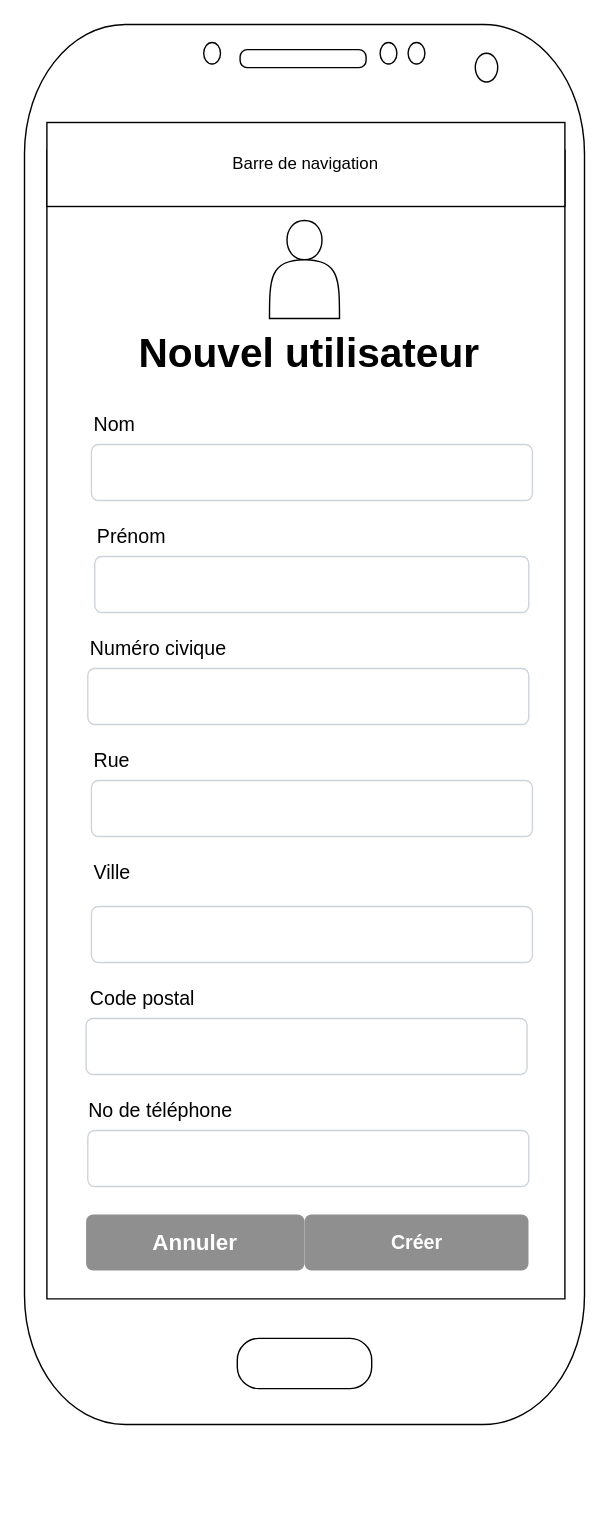
Earlier version of the draw.io diagram org/diagrammes/wireframes/creer-profil/mobile.drawio (Feelschevreuil/vlisside-Survivor). Source tidied: cells renumbered, new cells numbered last; positions are measured from the earlier drawing's top-left corner, leaving out a move shared by most shapes. Both pictures are drawn from the tidied source at 140%, with x=0, y=0 at pixel (24, 24).
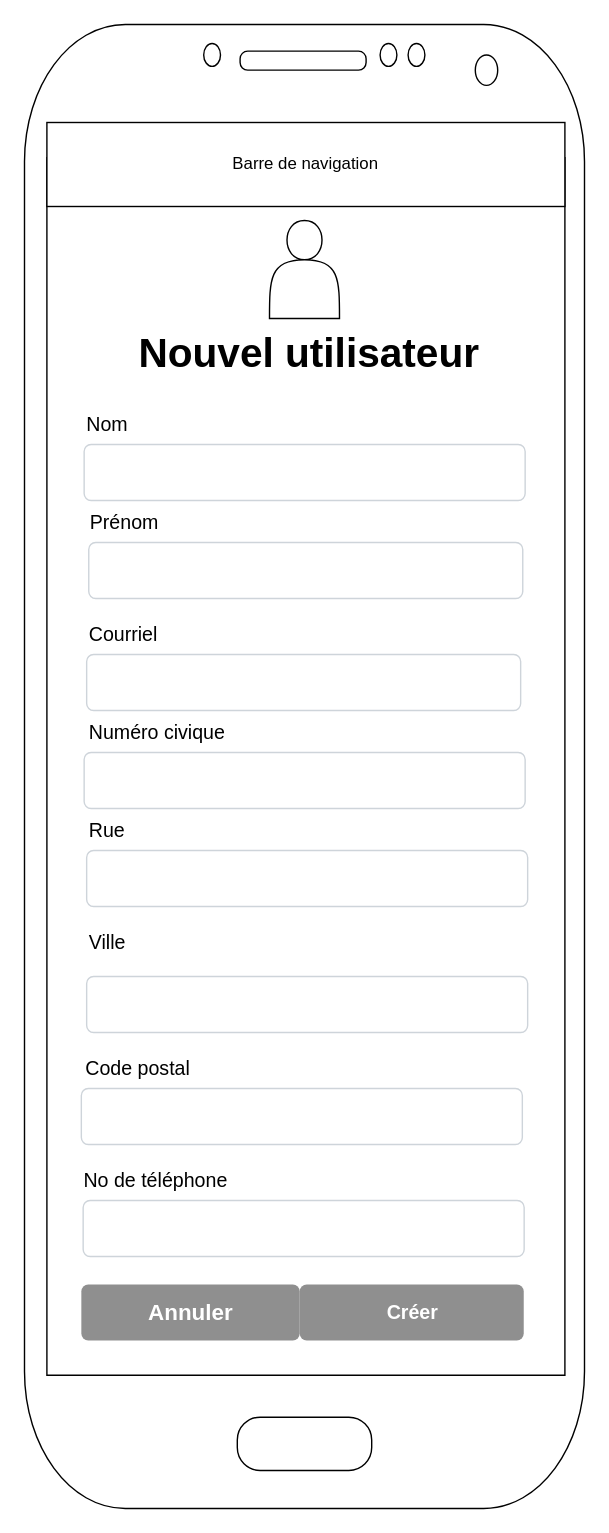
After the change.

Commit message (it also covers changes not shown here):
Modification wireframes création profil

Ajout de l'input de courriel aux wireframes desktop et mobile
pour la création d'un profil.

The edit, as a diff of the source:
```diff
@@
     <mxCell id="2" style="verticalLabelPosition=bottom;verticalAlign=top;html=1;shadow=0;dashed=0;strokeWidth=1;shape=mxgraph.android.phone2;fillStyle=auto;fontSize=19;" parent="1" vertex="1">
-      <mxGeometry width="400" height="1000" as="geometry" />
+      <mxGeometry width="400" height="1060" as="geometry" />
     </mxCell>
@@
     <mxCell id="4" value="Nom" style="fillColor=none;strokeColor=none;align=left;fontSize=14;" parent="1" vertex="1">
-      <mxGeometry x="47.8" y="270" width="100" height="30" as="geometry" />
+      <mxGeometry x="42.6" y="270" width="100" height="30" as="geometry" />
     </mxCell>
     <mxCell id="5" style="html=1;shadow=0;dashed=0;shape=mxgraph.bootstrap.rrect;rSize=5;fillColor=#ffffff;strokeColor=#CED4DA;align=left;spacing=15;fontSize=14;fontColor=#6C767D;" parent="1" vertex="1">
-      <mxGeometry x="50.2" y="380" width="310" height="40" as="geometry" />
+      <mxGeometry x="45.9" y="370" width="310" height="40" as="geometry" />
     </mxCell>
     <mxCell id="6" value="Prénom" style="fillColor=none;strokeColor=none;align=left;fontSize=14;" parent="1" vertex="1">
-      <mxGeometry x="50.2" y="350" width="100" height="30" as="geometry" />
+      <mxGeometry x="45.1" y="340" width="100" height="30" as="geometry" />
     </mxCell>
     <mxCell id="7" style="html=1;shadow=0;dashed=0;shape=mxgraph.bootstrap.rrect;rSize=5;fillColor=#ffffff;strokeColor=#CED4DA;align=left;spacing=15;fontSize=14;fontColor=#6C767D;" parent="1" vertex="1">
-      <mxGeometry x="47.8" y="300" width="315" height="40" as="geometry" />
+      <mxGeometry x="42.6" y="300" width="315" height="40" as="geometry" />
     </mxCell>
     <mxCell id="8" value="Créer" style="html=1;shadow=0;dashed=0;shape=mxgraph.bootstrap.rrect;rSize=5;fillColor=#8F8F8F;strokeColor=none;align=center;spacing=15;fontSize=14;fontColor=#ffffff;fontStyle=1;" parent="1" vertex="1">
-      <mxGeometry x="200" y="850" width="160" height="40" as="geometry" />
+      <mxGeometry x="196.6" y="900" width="160" height="40" as="geometry" />
     </mxCell>
     <mxCell id="9" value="Ville" style="fillColor=none;strokeColor=none;align=left;fontSize=14;" parent="1" vertex="1">
-      <mxGeometry x="47.8" y="590" width="100" height="30" as="geometry" />
+      <mxGeometry x="44.4" y="640" width="100" height="30" as="geometry" />
     </mxCell>
@@
     <mxCell id="11" style="html=1;shadow=0;dashed=0;shape=mxgraph.bootstrap.rrect;rSize=5;fillColor=#ffffff;strokeColor=#CED4DA;align=left;spacing=15;fontSize=14;fontColor=#6C767D;" parent="1" vertex="1">
-      <mxGeometry x="45.2" y="460" width="315" height="40" as="geometry" />
+      <mxGeometry x="42.6" y="520" width="315" height="40" as="geometry" />
     </mxCell>
     <mxCell id="12" value="Numéro civique" style="fillColor=none;strokeColor=none;align=left;fontSize=14;" parent="1" vertex="1">
-      <mxGeometry x="45.2" y="430" width="100" height="30" as="geometry" />
+      <mxGeometry x="44.4" y="490" width="100" height="30" as="geometry" />
     </mxCell>
     <mxCell id="13" style="html=1;shadow=0;dashed=0;shape=mxgraph.bootstrap.rrect;rSize=5;fillColor=#ffffff;strokeColor=#CED4DA;align=left;spacing=15;fontSize=14;fontColor=#6C767D;" parent="1" vertex="1">
-      <mxGeometry x="47.8" y="540" width="315" height="40" as="geometry" />
+      <mxGeometry x="44.4" y="590" width="315" height="40" as="geometry" />
     </mxCell>
     <mxCell id="14" value="Rue" style="fillColor=none;strokeColor=none;align=left;fontSize=14;" parent="1" vertex="1">
-      <mxGeometry x="47.8" y="510" width="100" height="30" as="geometry" />
+      <mxGeometry x="44.4" y="560" width="100" height="30" as="geometry" />
     </mxCell>
     <mxCell id="15" style="html=1;shadow=0;dashed=0;shape=mxgraph.bootstrap.rrect;rSize=5;fillColor=#ffffff;strokeColor=#CED4DA;align=left;spacing=15;fontSize=14;fontColor=#6C767D;" parent="1" vertex="1">
-      <mxGeometry x="45.2" y="790" width="315" height="40" as="geometry" />
+      <mxGeometry x="41.9" y="840" width="315" height="40" as="geometry" />
     </mxCell>
     <mxCell id="16" value="No de téléphone" style="fillColor=none;strokeColor=none;align=left;fontSize=14;" parent="1" vertex="1">
-      <mxGeometry x="44" y="760" width="100" height="30" as="geometry" />
+      <mxGeometry x="40.6" y="810" width="100" height="30" as="geometry" />
     </mxCell>
@@
     <mxCell id="18" style="html=1;shadow=0;dashed=0;shape=mxgraph.bootstrap.rrect;rSize=5;fillColor=#ffffff;strokeColor=#CED4DA;align=left;spacing=15;fontSize=14;fontColor=#6C767D;" parent="1" vertex="1">
-      <mxGeometry x="44" y="710" width="315" height="40" as="geometry" />
+      <mxGeometry x="40.6" y="760" width="315" height="40" as="geometry" />
     </mxCell>
     <mxCell id="19" value="Code postal" style="fillColor=none;strokeColor=none;align=left;fontSize=14;" parent="1" vertex="1">
-      <mxGeometry x="45.2" y="680" width="100" height="30" as="geometry" />
+      <mxGeometry x="41.9" y="730" width="100" height="30" as="geometry" />
     </mxCell>
     <mxCell id="20" value="Annuler" style="html=1;shadow=0;dashed=0;shape=mxgraph.bootstrap.rrect;rSize=5;strokeColor=none;strokeWidth=1;fillColor=#8F8F8F;fontColor=#FFFFFF;whiteSpace=wrap;align=center;verticalAlign=middle;spacingLeft=0;fontStyle=1;fontSize=16;spacing=5;" parent="1" vertex="1">
-      <mxGeometry x="44" y="850" width="156" height="40" as="geometry" />
+      <mxGeometry x="40.6" y="900" width="156" height="40" as="geometry" />
     </mxCell>
     <mxCell id="21" style="html=1;shadow=0;dashed=0;shape=mxgraph.bootstrap.rrect;rSize=5;fillColor=#ffffff;strokeColor=#CED4DA;align=left;spacing=15;fontSize=14;fontColor=#6C767D;" parent="1" vertex="1">
-      <mxGeometry x="47.8" y="630" width="315" height="40" as="geometry" />
+      <mxGeometry x="44.4" y="680" width="315" height="40" as="geometry" />
     </mxCell>
+    <mxCell id="22" style="html=1;shadow=0;dashed=0;shape=mxgraph.bootstrap.rrect;rSize=5;fillColor=#ffffff;strokeColor=#CED4DA;align=left;spacing=15;fontSize=14;fontColor=#6C767D;" parent="1" vertex="1">
+      <mxGeometry x="44.4" y="450" width="310" height="40" as="geometry" />
+    </mxCell>
+    <mxCell id="23" value="Courriel" style="fillColor=none;strokeColor=none;align=left;fontSize=14;" parent="1" vertex="1">
+      <mxGeometry x="44.4" y="420" width="100" height="30" as="geometry" />
+    </mxCell>
```
